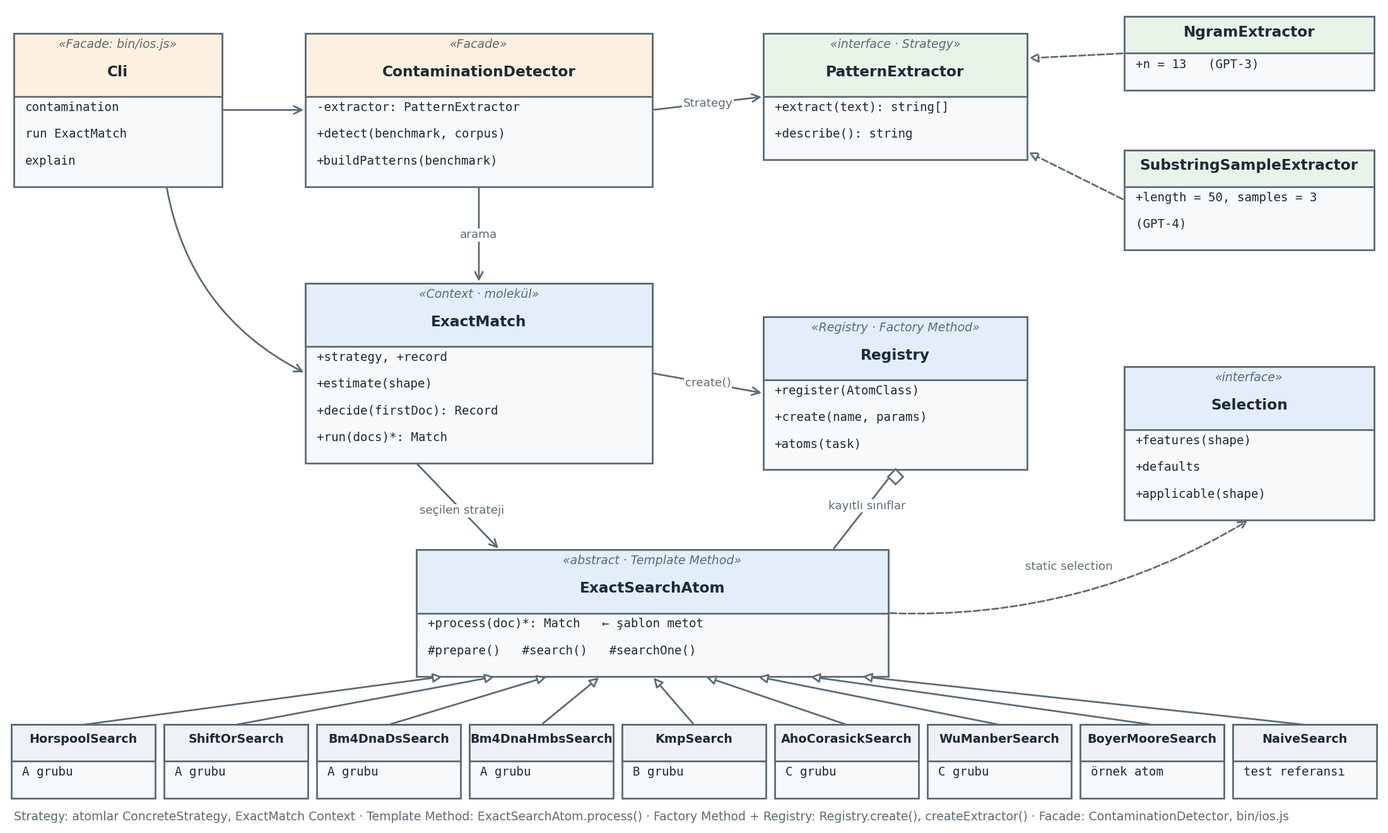
Above: docs/figures/sinif_diyagrami.png in ilaydarslan/YZM327-odev3 (Mermaid), before the change. Its source is kept beside it as docs/figures/sinif_diyagrami.mmd.
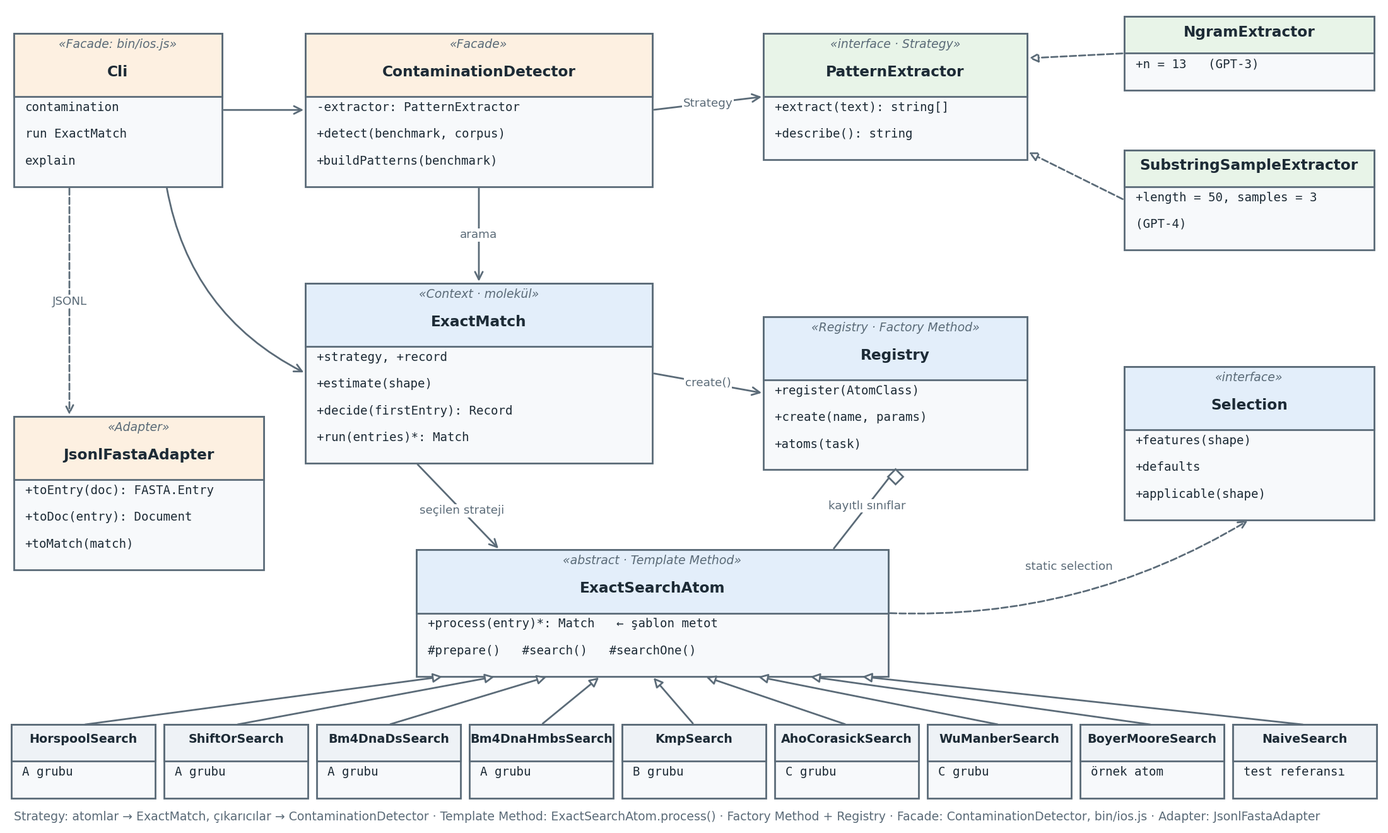
After the change.

What changed in the source:
```diff
@@ -29,8 +29,8 @@
     +strategy: string
     +record: Record
     +estimate(shape) Estimates
-    +decide(firstDoc) Record
-    +run(docs)* Match
+    +decide(firstEntry) Record
+    +run(entries)* Match
   }
   class Registry {
     +register(AtomClass) Registry
@@ -39,7 +39,7 @@
   }
   class ExactSearchAtom {
     <<abstract>>
-    +process(doc)* Match
+    +process(entry)* Match
     #prepare()
     #search(text, collector)
     #searchOne(text, i, collector)
@@ -50,7 +50,14 @@
     +defaults
     +applicable(shape)
   }
+  class JsonlFastaAdapter {
+    <<Adapter>>
+    +toEntry(doc) FASTA.Entry
+    +toDoc(entry) Document
+    +toMatch(match) Match
+  }
   Cli --> ContaminationDetector
+  Cli ..> JsonlFastaAdapter : JSONL girdi
   Cli --> ExactMatch
   ContaminationDetector --> PatternExtractor : Strategy
   ContaminationDetector --> ExactMatch : arama
```
